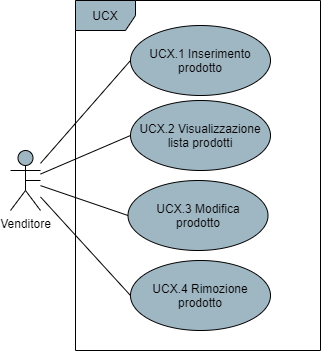
Above: DocumentazioneEsterna/AnalisiDeiRequisiti/res/UseCase/Immagini/GestioneProdotti.png in Omicron-Team/Documentazione (draw.io), before the change. Source tidied: cells renumbered, new cells last; positions are measured from the earlier drawing's top-left corner, leaving out a move shared by most shapes. The source it was exported from:
```xml
<mxGraphModel>
  <root>
    <mxCell id="0" />
    <mxCell id="1" parent="0" />
    <mxCell id="2" style="rounded=0;jettySize=auto;html=1;entryX=0;entryY=0.5;entryDx=0;entryDy=0;endArrow=none;endFill=0;" parent="1" edge="1" source="6" target="8">
      <mxGeometry relative="1" as="geometry" />
    </mxCell>
    <mxCell id="3" style="edgeStyle=none;rounded=0;jettySize=auto;html=1;entryX=0;entryY=0.5;entryDx=0;entryDy=0;endArrow=none;endFill=0;" parent="1" edge="1" source="6" target="9">
      <mxGeometry relative="1" as="geometry" />
    </mxCell>
    <mxCell id="4" style="edgeStyle=none;rounded=0;jettySize=auto;html=1;entryX=0;entryY=0.5;entryDx=0;entryDy=0;endArrow=none;endFill=0;" parent="1" edge="1" source="6" target="10">
      <mxGeometry relative="1" as="geometry" />
    </mxCell>
    <mxCell id="5" style="edgeStyle=none;rounded=0;jettySize=auto;html=1;entryX=0;entryY=0.5;entryDx=0;entryDy=0;endArrow=none;endFill=0;" parent="1" edge="1" source="6" target="11">
      <mxGeometry relative="1" as="geometry" />
    </mxCell>
    <mxCell id="6" value="Venditore" style="shape=umlActor;verticalLabelPosition=bottom;verticalAlign=top;html=1;fillColor=#9FB6C3;" parent="1" vertex="1">
      <mxGeometry y="150" width="30" height="60" as="geometry" />
    </mxCell>
    <mxCell id="7" value="UCX" style="shape=umlFrame;whiteSpace=wrap;html=1;fillColor=#9FB6C3;" parent="1" vertex="1">
      <mxGeometry x="65" width="245" height="350" as="geometry" />
    </mxCell>
    <mxCell id="8" value="UCX.1 Inserimento prodotto" style="ellipse;whiteSpace=wrap;html=1;fillColor=#9FB6C3;" parent="1" vertex="1">
      <mxGeometry x="120" y="25" width="140" height="70" as="geometry" />
    </mxCell>
    <mxCell id="9" value="UCX.2 Visualizzazione lista prodotti" style="ellipse;whiteSpace=wrap;html=1;fillColor=#9FB6C3;" parent="1" vertex="1">
      <mxGeometry x="120" y="100" width="140" height="70" as="geometry" />
    </mxCell>
    <mxCell id="10" value="UCX.3 Modifica&lt;br&gt;prodotto" style="ellipse;whiteSpace=wrap;html=1;fillColor=#9FB6C3;" parent="1" vertex="1">
      <mxGeometry x="117.5" y="180" width="140" height="70" as="geometry" />
    </mxCell>
    <mxCell id="11" value="UCX.4 Rimozione prodotto" style="ellipse;whiteSpace=wrap;html=1;fillColor=#9FB6C3;" parent="1" vertex="1">
      <mxGeometry x="120" y="260" width="140" height="70" as="geometry" />
    </mxCell>
    <mxCell id="12" style="edgeStyle=none;rounded=0;orthogonalLoop=1;jettySize=auto;html=1;exitX=0.5;exitY=0.5;exitDx=0;exitDy=0;exitPerimeter=0;startArrow=none;startFill=0;endArrow=none;endFill=0;" parent="1" edge="1" source="6" target="6">
      <mxGeometry relative="1" as="geometry" />
    </mxCell>
  </root>
</mxGraphModel>
```
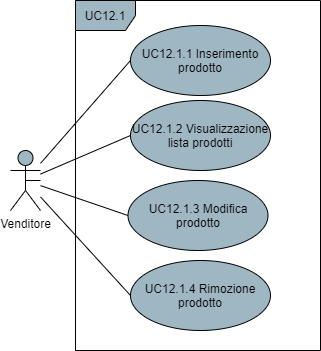
The same diagram one commit later.

Change to the diagram source:
```diff
@@ -17,19 +17,19 @@
     <mxCell id="6" value="Venditore" style="shape=umlActor;verticalLabelPosition=bottom;verticalAlign=top;html=1;fillColor=#9FB6C3;" parent="1" vertex="1">
       <mxGeometry y="150" width="30" height="60" as="geometry" />
     </mxCell>
-    <mxCell id="7" value="UCX" style="shape=umlFrame;whiteSpace=wrap;html=1;fillColor=#9FB6C3;" parent="1" vertex="1">
+    <mxCell id="7" value="UC12.1" style="shape=umlFrame;whiteSpace=wrap;html=1;fillColor=#9FB6C3;" parent="1" vertex="1">
       <mxGeometry x="65" width="245" height="350" as="geometry" />
     </mxCell>
-    <mxCell id="8" value="UCX.1 Inserimento prodotto" style="ellipse;whiteSpace=wrap;html=1;fillColor=#9FB6C3;" parent="1" vertex="1">
+    <mxCell id="8" value="UC12.1.1 Inserimento prodotto" style="ellipse;whiteSpace=wrap;html=1;fillColor=#9FB6C3;" parent="1" vertex="1">
       <mxGeometry x="120" y="25" width="140" height="70" as="geometry" />
     </mxCell>
-    <mxCell id="9" value="UCX.2 Visualizzazione lista prodotti" style="ellipse;whiteSpace=wrap;html=1;fillColor=#9FB6C3;" parent="1" vertex="1">
+    <mxCell id="9" value="UC12.1.2 Visualizzazione lista prodotti" style="ellipse;whiteSpace=wrap;html=1;fillColor=#9FB6C3;" parent="1" vertex="1">
       <mxGeometry x="120" y="100" width="140" height="70" as="geometry" />
     </mxCell>
-    <mxCell id="10" value="UCX.3 Modifica&lt;br&gt;prodotto" style="ellipse;whiteSpace=wrap;html=1;fillColor=#9FB6C3;" parent="1" vertex="1">
+    <mxCell id="10" value="UC12.1.3 Modifica&lt;br&gt;prodotto" style="ellipse;whiteSpace=wrap;html=1;fillColor=#9FB6C3;" parent="1" vertex="1">
       <mxGeometry x="117.5" y="180" width="140" height="70" as="geometry" />
     </mxCell>
-    <mxCell id="11" value="UCX.4 Rimozione prodotto" style="ellipse;whiteSpace=wrap;html=1;fillColor=#9FB6C3;" parent="1" vertex="1">
+    <mxCell id="11" value="UC12.1.4 Rimozione prodotto" style="ellipse;whiteSpace=wrap;html=1;fillColor=#9FB6C3;" parent="1" vertex="1">
       <mxGeometry x="120" y="260" width="140" height="70" as="geometry" />
     </mxCell>
     <mxCell id="12" style="edgeStyle=none;rounded=0;orthogonalLoop=1;jettySize=auto;html=1;exitX=0.5;exitY=0.5;exitDx=0;exitDy=0;exitPerimeter=0;startArrow=none;startFill=0;endArrow=none;endFill=0;" parent="1" edge="1" source="6" target="6">
```
